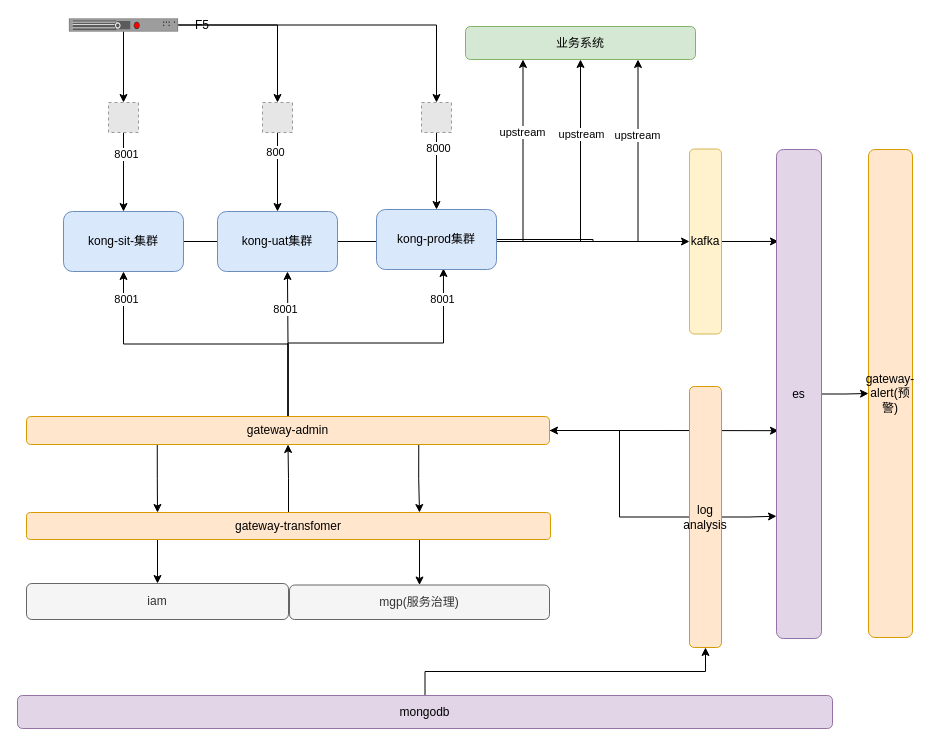
This is api-gateway.drawio from wssaidong/draw.io, a draw.io file, before an edit. Source tidied: cells renumbered, new cells numbered last; positions are measured from the earlier drawing's top-left corner, leaving out a move shared by most shapes. Both pictures are drawn from the tidied source at 100%, with x=0, y=0 at pixel (17, 18). Pictures stored in the file or linked from it are replaced by grey dashed boxes.
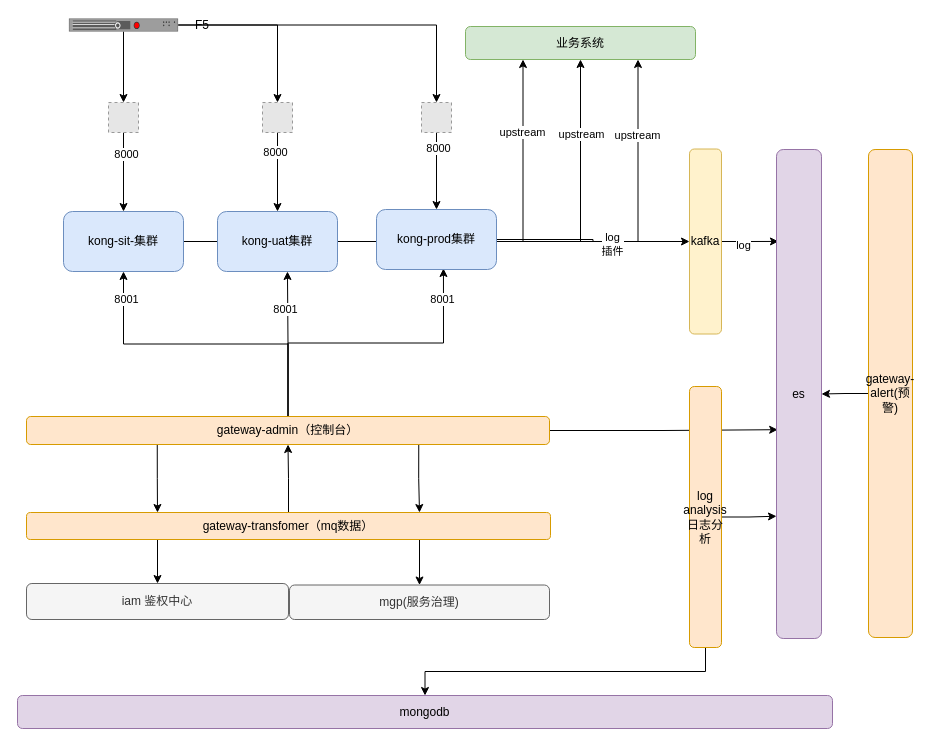
The same page after the edit.

Unchanged cells that the change refers to:
```xml
<mxCell id="11" style="edgeStyle=orthogonalEdgeStyle;rounded=0;jettySize=auto;html=1;" parent="1" edge="1" source="13" target="7">
  <mxGeometry relative="1" as="geometry" />
</mxCell>
<mxCell id="14" style="edgeStyle=orthogonalEdgeStyle;rounded=0;jettySize=auto;html=1;" parent="1" edge="1" source="16" target="10">
  <mxGeometry relative="1" as="geometry" />
</mxCell>
<mxCell id="35" style="edgeStyle=orthogonalEdgeStyle;rounded=0;jettySize=auto;html=1;" parent="1" edge="1" source="36" target="44">
  <mxGeometry relative="1" as="geometry" />
</mxCell>
<mxCell id="43" style="edgeStyle=orthogonalEdgeStyle;rounded=0;jettySize=auto;html=1;entryX=0.044;entryY=0.188;entryDx=0;entryDy=0;entryPerimeter=0;" parent="1" edge="1" source="44" target="46">
  <mxGeometry relative="1" as="geometry" />
</mxCell>
<mxCell id="46" value="es" style="rounded=1;whiteSpace=wrap;html=1;fillColor=#e1d5e7;strokeColor=#9673a6;" parent="1" vertex="1">
  <mxGeometry x="759" y="131" width="45" height="489" as="geometry" />
</mxCell>
<mxCell id="51" value="mongodb" style="rounded=1;whiteSpace=wrap;html=1;fillColor=#e1d5e7;strokeColor=#9673a6;" parent="1" vertex="1">
  <mxGeometry y="677" width="815" height="33" as="geometry" />
</mxCell>
<mxCell id="52" value="gateway-alert(预警)" style="rounded=1;whiteSpace=wrap;html=1;fillColor=#ffe6cc;strokeColor=#d79b00;" parent="1" vertex="1">
  <mxGeometry x="851" y="131" width="44" height="488" as="geometry" />
</mxCell>
```

Diff of the diagram source:
```diff
@@
-    <mxCell id="12" value="8001" style="edgeLabel;html=1;align=center;verticalAlign=middle;" parent="11" vertex="1">
+    <mxCell id="12" value="8000" style="edgeLabel;html=1;align=center;verticalAlign=middle;" parent="11" vertex="1">
       <mxGeometry x="-0.47" y="2" relative="1" as="geometry" />
     </mxCell>
@@
-    <mxCell id="15" value="800" style="edgeLabel;html=1;align=center;verticalAlign=middle;" parent="14" vertex="1">
+    <mxCell id="15" value="8000" style="edgeLabel;html=1;align=center;verticalAlign=middle;" parent="14" vertex="1">
       <mxGeometry x="-0.53" y="-3" relative="1" as="geometry" />
     </mxCell>
@@
-    <mxCell id="32" style="edgeStyle=orthogonalEdgeStyle;rounded=0;jettySize=auto;html=1;entryX=0.044;entryY=0.575;entryDx=0;entryDy=0;entryPerimeter=0;" parent="1" edge="1" source="33" target="46">
+    <mxCell id="32" style="edgeStyle=orthogonalEdgeStyle;rounded=0;jettySize=auto;html=1;entryX=0.026;entryY=0.573;entryDx=0;entryDy=0;entryPerimeter=0;" parent="1" edge="1" source="33" target="46">
       <mxGeometry relative="1" as="geometry" />
     </mxCell>
-    <mxCell id="33" value="gateway-admin" style="rounded=1;whiteSpace=wrap;html=1;fillColor=#ffe6cc;strokeColor=#d79b00;" parent="1" vertex="1">
+    <mxCell id="33" value="gateway-admin（控制台）" style="rounded=1;whiteSpace=wrap;html=1;fillColor=#ffe6cc;strokeColor=#d79b00;" parent="1" vertex="1">
       <mxGeometry x="9" y="398" width="523" height="28" as="geometry" />
     </mxCell>
@@
+    <mxCell id="53" value="log&lt;br&gt;插件" style="edgeLabel;html=1;align=center;verticalAlign=middle;" parent="35" vertex="1">
+      <mxGeometry x="0.2" y="-2" relative="1" as="geometry" />
+    </mxCell>
@@
-    <mxCell id="40" value="gateway-transfomer" style="rounded=1;whiteSpace=wrap;html=1;fillColor=#ffe6cc;strokeColor=#d79b00;" parent="1" vertex="1">
+    <mxCell id="40" value="gateway-transfomer（mq数据）" style="rounded=1;whiteSpace=wrap;html=1;fillColor=#ffe6cc;strokeColor=#d79b00;" parent="1" vertex="1">
       <mxGeometry x="9" y="494" width="524" height="27" as="geometry" />
     </mxCell>
-    <mxCell id="41" value="iam" style="rounded=1;whiteSpace=wrap;html=1;fillColor=#f5f5f5;strokeColor=#666666;fontColor=#333333;" parent="1" vertex="1">
+    <mxCell id="41" value="iam 鉴权中心" style="rounded=1;whiteSpace=wrap;html=1;fillColor=#f5f5f5;strokeColor=#666666;fontColor=#333333;" parent="1" vertex="1">
       <mxGeometry x="9" y="565" width="262" height="36" as="geometry" />
     </mxCell>
@@
+    <mxCell id="54" value="log" style="edgeLabel;html=1;align=center;verticalAlign=middle;" parent="43" vertex="1">
+      <mxGeometry x="-0.23" y="-4" relative="1" as="geometry">
+        <mxPoint x="-1" y="-1" as="offset" />
+      </mxGeometry>
+    </mxCell>
@@
-    <mxCell id="45" style="edgeStyle=orthogonalEdgeStyle;rounded=0;jettySize=auto;html=1;entryX=0;entryY=0.5;entryDx=0;entryDy=0;" parent="1" edge="1" source="46" target="52">
-      <mxGeometry relative="1" as="geometry" />
-    </mxCell>
@@
-    <mxCell id="48" style="edgeStyle=orthogonalEdgeStyle;rounded=0;jettySize=auto;html=1;" parent="1" edge="1" source="49" target="33">
-      <mxGeometry relative="1" as="geometry" />
-    </mxCell>
+    <mxCell id="55" style="edgeStyle=orthogonalEdgeStyle;rounded=0;jettySize=auto;html=1;entryX=0.5;entryY=0;entryDx=0;entryDy=0;" parent="1" edge="1" source="49" target="51">
+      <mxGeometry relative="1" as="geometry" />
+    </mxCell>
-    <mxCell id="49" value="log&lt;br&gt;analysis" style="rounded=1;whiteSpace=wrap;html=1;fillColor=#ffe6cc;strokeColor=#d79b00;" parent="1" vertex="1">
+    <mxCell id="49" value="log&lt;br&gt;analysis&lt;br&gt;日志分析" style="rounded=1;whiteSpace=wrap;html=1;fillColor=#ffe6cc;strokeColor=#d79b00;" parent="1" vertex="1">
       <mxGeometry x="672" y="368" width="32" height="261" as="geometry" />
     </mxCell>
-    <mxCell id="50" style="edgeStyle=orthogonalEdgeStyle;rounded=0;jettySize=auto;html=1;entryX=0.5;entryY=1;entryDx=0;entryDy=0;" parent="1" edge="1" source="51" target="49">
-      <mxGeometry relative="1" as="geometry" />
-    </mxCell>
@@
+    <mxCell id="56" style="edgeStyle=orthogonalEdgeStyle;rounded=0;jettySize=auto;html=1;entryX=1;entryY=0.5;entryDx=0;entryDy=0;" parent="1" edge="1" source="52" target="46">
+      <mxGeometry relative="1" as="geometry" />
+    </mxCell>
```
